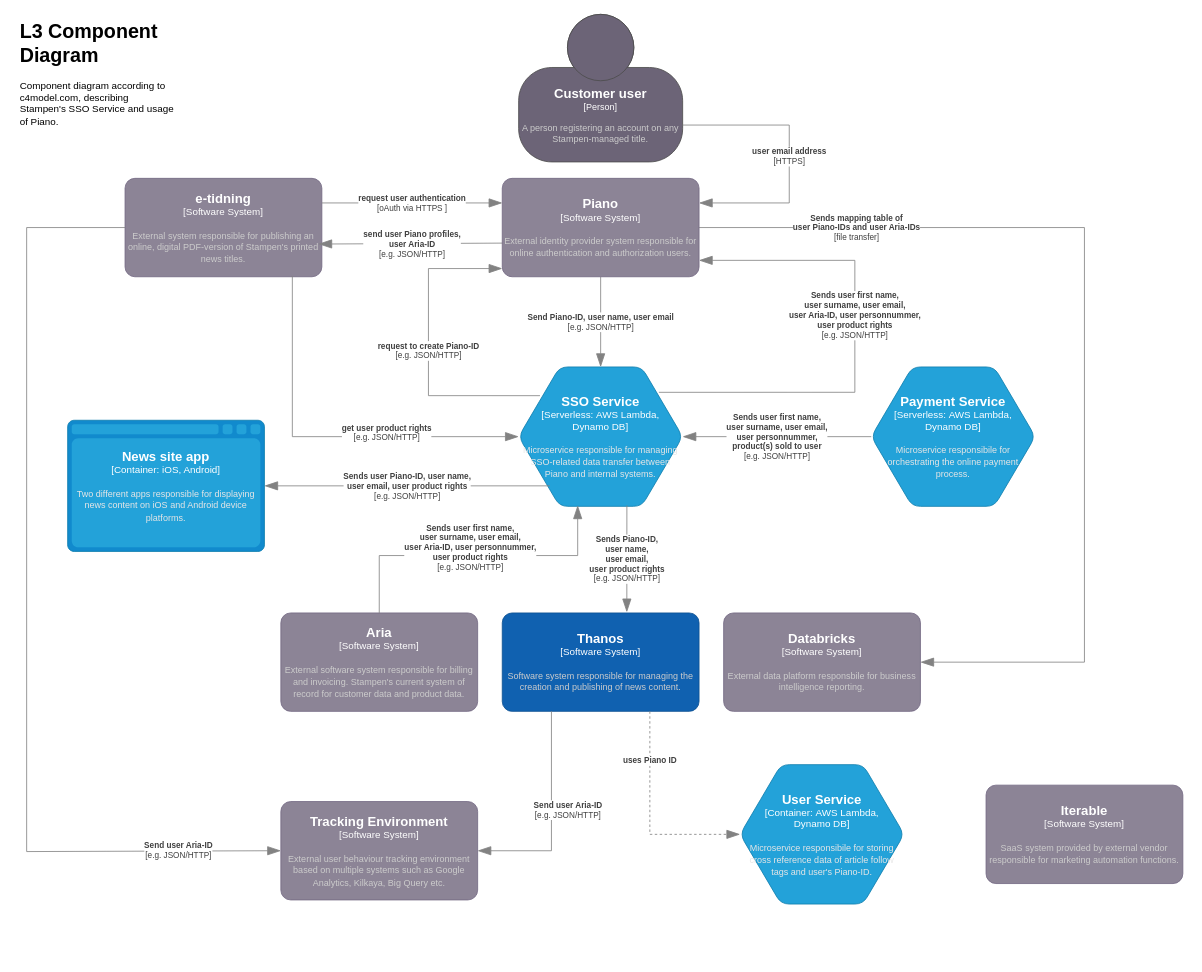
The draw.io diagram L3 component diagram Piano & SSO Service.drawio in SLM-Development/diagrams, before the edit. Source tidied: cells renumbered, new cells numbered last; positions are measured from the earlier drawing's top-left corner, leaving out a move shared by most shapes. Both pictures are drawn from the tidied source at 82%, with x=0, y=0 at pixel (18, 14).
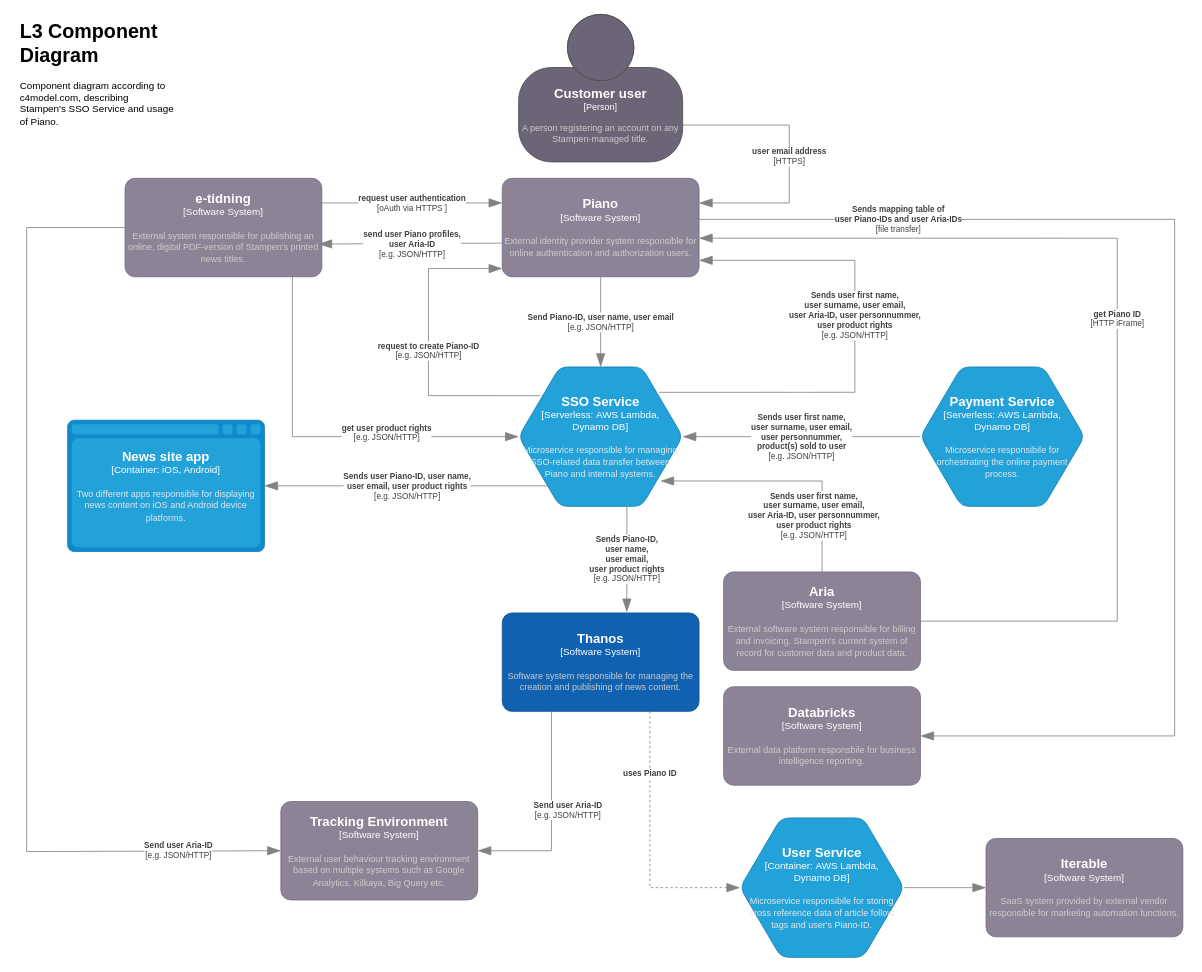
Above is the later version.

Unchanged cells that the change refers to:
```xml
<object id="4" label="&lt;font style=&quot;font-size: 16px&quot;&gt;&lt;b&gt;%c4Name%&lt;/b&gt;&lt;/font&gt;&lt;div&gt;[%c4Type%:&amp;nbsp;%c4Technology%]&lt;/div&gt;&lt;br&gt;&lt;div&gt;&lt;font style=&quot;font-size: 11px&quot;&gt;&lt;font color=&quot;#E6E6E6&quot;&gt;%c4Description%&lt;/font&gt;&lt;/div&gt;" c4Description="Microservice responsible for managing SSO-related data transfer between Piano and internal systems." c4Name="SSO Service" c4Technology="AWS Lambda, &#10;Dynamo DB" c4Type="Serverless" placeholders="1">
  <mxCell style="shape=hexagon;size=50;perimeter=hexagonPerimeter2;whiteSpace=wrap;html=1;fixedSize=1;rounded=1;labelBackgroundColor=none;fillColor=#23A2D9;fontSize=12;fontColor=#ffffff;align=center;strokeColor=#0E7DAD;points=[[0.5,0,0],[1,0.25,0],[1,0.5,0],[1,0.75,0],[0.5,1,0],[0,0.75,0],[0,0.5,0],[0,0.25,0]];" parent="1" vertex="1">
    <mxGeometry x="610" y="430" width="200" height="170" as="geometry" />
  </mxCell>
</object>
<object id="23" label="&lt;font style=&quot;font-size: 16px&quot;&gt;&lt;b&gt;%c4Name%&lt;/b&gt;&lt;/font&gt;&lt;div&gt;[%c4Type%]&lt;/div&gt;&lt;br&gt;&lt;div&gt;&lt;font style=&quot;font-size: 11px&quot;&gt;&lt;font color=&quot;#cccccc&quot;&gt;%c4Description%&lt;/font&gt;&lt;/div&gt;" c4Description="External identity provider system responsible for online authentication and authorization users." c4Name="Piano" c4Type="Software System" placeholders="1">
  <mxCell style="rounded=1;whiteSpace=wrap;html=1;labelBackgroundColor=none;fillColor=#8C8496;fontColor=#ffffff;align=center;arcSize=10;strokeColor=#736782;points=[[0.25,0,0],[0.5,0,0],[0.75,0,0],[1,0.25,0],[1,0.5,0],[1,0.75,0],[0.75,1,0],[0.5,1,0],[0.25,1,0],[0,0.75,0],[0,0.5,0],[0,0.25,0]];" parent="1" vertex="1">
    <mxGeometry x="590" y="200" width="240" height="120" as="geometry" />
  </mxCell>
</object>
```

Diff of the diagram source:
```diff
@@
     <object id="6" label="&lt;font style=&quot;font-size: 16px&quot;&gt;&lt;b&gt;%c4Name%&lt;/b&gt;&lt;/font&gt;&lt;div&gt;[%c4Type%]&lt;/div&gt;&lt;br&gt;&lt;div&gt;&lt;font style=&quot;font-size: 11px&quot;&gt;&lt;font color=&quot;#cccccc&quot;&gt;%c4Description%&lt;/font&gt;&lt;/div&gt;" c4Description="External software system responsible for billing and invoicing. Stampen's current system of record for customer data and product data." c4Name="Aria" c4Type="Software System" placeholders="1">
       <mxCell style="rounded=1;whiteSpace=wrap;html=1;labelBackgroundColor=none;fillColor=#8C8496;fontColor=#ffffff;align=center;arcSize=10;strokeColor=#736782;points=[[0.25,0,0],[0.5,0,0],[0.75,0,0],[1,0.25,0],[1,0.5,0],[1,0.75,0],[0.75,1,0],[0.5,1,0],[0.25,1,0],[0,0.75,0],[0,0.5,0],[0,0.25,0]];" parent="1" vertex="1">
-        <mxGeometry x="320" y="730" width="240" height="120" as="geometry" />
+        <mxGeometry x="860" y="680" width="240" height="120" as="geometry" />
       </mxCell>
     </object>
     <object id="7" label="&lt;div style=&quot;text-align: left&quot;&gt;&lt;div style=&quot;text-align: center&quot;&gt;&lt;b&gt;%c4Description%&lt;/b&gt;&lt;/div&gt;&lt;div style=&quot;text-align: center&quot;&gt;[%c4Technology%]&lt;/div&gt;&lt;/div&gt;" c4Description="Sends user first name, &#10;user surname, user email, &#10;user Aria-ID, user personnummer, &#10;user product rights" c4Technology="e.g. JSON/HTTP" placeholders="1">
-      <mxCell style="endArrow=blockThin;html=1;fontSize=10;fontColor=#404040;strokeWidth=1;endFill=1;strokeColor=#828282;elbow=vertical;endSize=14;startSize=14;jumpStyle=arc;jumpSize=16;rounded=0;edgeStyle=orthogonalEdgeStyle;exitX=0.5;exitY=0;exitDx=0;exitDy=0;exitPerimeter=0;entryX=0.36;entryY=0.994;entryDx=0;entryDy=0;entryPerimeter=0;" parent="1" edge="1" source="6" target="4">
-        <mxGeometry x="-0.03" y="10" relative="1" as="geometry">
+      <mxCell style="endArrow=blockThin;html=1;fontSize=10;fontColor=#404040;strokeWidth=1;endFill=1;strokeColor=#828282;elbow=vertical;endSize=14;startSize=14;jumpStyle=arc;jumpSize=16;rounded=0;edgeStyle=orthogonalEdgeStyle;exitX=0.5;exitY=0;exitDx=0;exitDy=0;exitPerimeter=0;entryX=0.865;entryY=0.818;entryDx=0;entryDy=0;entryPerimeter=0;" parent="1" edge="1" source="6" target="4">
+        <mxGeometry x="-0.55" y="10" relative="1" as="geometry">
           <Array as="points">
-            <mxPoint x="440" y="660" />
-            <mxPoint x="682" y="660" />
+            <mxPoint x="980" y="569" />
           </Array>
         </mxGeometry>
       </mxCell>
     </object>
     <object id="8" label="&lt;div style=&quot;text-align: left&quot;&gt;&lt;div style=&quot;text-align: center&quot;&gt;&lt;b&gt;%c4Description%&lt;/b&gt;&lt;/div&gt;&lt;div style=&quot;text-align: center&quot;&gt;[%c4Technology%]&lt;/div&gt;&lt;/div&gt;" c4Description="Sends mapping table of &#10;user Piano-IDs and user Aria-IDs" c4Technology="file transfer" placeholders="1">
-      <mxCell style="endArrow=blockThin;html=1;fontSize=10;fontColor=#404040;strokeWidth=1;endFill=1;strokeColor=#828282;elbow=vertical;endSize=14;startSize=14;jumpStyle=arc;jumpSize=16;rounded=0;edgeStyle=orthogonalEdgeStyle;exitX=1;exitY=0.5;exitDx=0;exitDy=0;exitPerimeter=0;entryX=1;entryY=0.5;entryDx=0;entryDy=0;entryPerimeter=0;" parent="1" edge="1" source="23" target="19">
+      <mxCell style="endArrow=blockThin;html=1;fontSize=10;fontColor=#404040;strokeWidth=1;endFill=1;strokeColor=#828282;elbow=vertical;endSize=14;startSize=14;jumpStyle=arc;jumpSize=16;rounded=0;edgeStyle=orthogonalEdgeStyle;exitX=1;exitY=0.417;exitDx=0;exitDy=0;exitPerimeter=0;entryX=1;entryY=0.5;entryDx=0;entryDy=0;entryPerimeter=0;" parent="1" edge="1" source="23" target="19">
         <mxGeometry x="-0.68" relative="1" as="geometry">
           <Array as="points">
-            <mxPoint x="1300" y="260" />
-            <mxPoint x="1300" y="790" />
+            <mxPoint x="1410" y="250" />
+            <mxPoint x="1410" y="880" />
           </Array>
         </mxGeometry>
       </mxCell>
     </object>
@@
     <object id="11" label="&lt;font style=&quot;font-size: 16px&quot;&gt;&lt;b&gt;%c4Name%&lt;/b&gt;&lt;/font&gt;&lt;div&gt;[%c4Type%:&amp;nbsp;%c4Technology%]&lt;/div&gt;&lt;br&gt;&lt;div&gt;&lt;font style=&quot;font-size: 11px&quot;&gt;&lt;font color=&quot;#E6E6E6&quot;&gt;%c4Description%&lt;/font&gt;&lt;/div&gt;" c4Description="Microservice responsibile for orchestrating the online payment process." c4Name="Payment Service" c4Technology="AWS Lambda, &#10;Dynamo DB" c4Type="Serverless" placeholders="1">
       <mxCell style="shape=hexagon;size=50;perimeter=hexagonPerimeter2;whiteSpace=wrap;html=1;fixedSize=1;rounded=1;labelBackgroundColor=none;fillColor=#23A2D9;fontSize=12;fontColor=#ffffff;align=center;strokeColor=#0E7DAD;points=[[0.5,0,0],[1,0.25,0],[1,0.5,0],[1,0.75,0],[0.5,1,0],[0,0.75,0],[0,0.5,0],[0,0.25,0]];" parent="1" vertex="1">
-        <mxGeometry x="1040" y="430" width="200" height="170" as="geometry" />
+        <mxGeometry x="1100" y="430" width="200" height="170" as="geometry" />
       </mxCell>
     </object>
@@
     <object id="19" label="&lt;font style=&quot;font-size: 16px&quot;&gt;&lt;b&gt;%c4Name%&lt;/b&gt;&lt;/font&gt;&lt;div&gt;[%c4Type%]&lt;/div&gt;&lt;br&gt;&lt;div&gt;&lt;font style=&quot;font-size: 11px&quot;&gt;&lt;font color=&quot;#cccccc&quot;&gt;%c4Description%&lt;/font&gt;&lt;/div&gt;" c4Description="External data platform responsbile for business intelligence reporting." c4Name="Databricks" c4Type="Software System" placeholders="1">
       <mxCell style="rounded=1;whiteSpace=wrap;html=1;labelBackgroundColor=none;fillColor=#8C8496;fontColor=#ffffff;align=center;arcSize=10;strokeColor=#736782;points=[[0.25,0,0],[0.5,0,0],[0.75,0,0],[1,0.25,0],[1,0.5,0],[1,0.75,0],[0.75,1,0],[0.5,1,0],[0.25,1,0],[0,0.75,0],[0,0.5,0],[0,0.25,0]];" parent="1" vertex="1">
-        <mxGeometry x="860" y="730" width="240" height="120" as="geometry" />
+        <mxGeometry x="860" y="820" width="240" height="120" as="geometry" />
       </mxCell>
     </object>
@@
     <object id="26" label="&lt;font style=&quot;font-size: 16px&quot;&gt;&lt;b&gt;%c4Name%&lt;/b&gt;&lt;/font&gt;&lt;div&gt;[%c4Type%:&amp;nbsp;%c4Technology%]&lt;/div&gt;&lt;br&gt;&lt;div&gt;&lt;font style=&quot;font-size: 11px&quot;&gt;&lt;font color=&quot;#E6E6E6&quot;&gt;%c4Description%&lt;/font&gt;&lt;/div&gt;" c4Description="Microservice responsibile for storing cross reference data of article follow tags and user's Piano-ID." c4Name="User Service" c4Technology="AWS Lambda, &#10;Dynamo DB" c4Type="Container" placeholders="1">
       <mxCell style="shape=hexagon;size=50;perimeter=hexagonPerimeter2;whiteSpace=wrap;html=1;fixedSize=1;rounded=1;labelBackgroundColor=none;fillColor=#23A2D9;fontSize=12;fontColor=#ffffff;align=center;strokeColor=#0E7DAD;points=[[0.5,0,0],[1,0.25,0],[1,0.5,0],[1,0.75,0],[0.5,1,0],[0,0.75,0],[0,0.5,0],[0,0.25,0]];" parent="1" vertex="1">
-        <mxGeometry x="880" y="915" width="200" height="170" as="geometry" />
+        <mxGeometry x="880" y="980" width="200" height="170" as="geometry" />
       </mxCell>
     </object>
@@
     <object id="28" label="&lt;font style=&quot;font-size: 16px&quot;&gt;&lt;b&gt;%c4Name%&lt;/b&gt;&lt;/font&gt;&lt;div&gt;[%c4Type%]&lt;/div&gt;&lt;br&gt;&lt;div&gt;&lt;font style=&quot;font-size: 11px&quot;&gt;&lt;font color=&quot;#cccccc&quot;&gt;%c4Description%&lt;/font&gt;&lt;/div&gt;" c4Description="SaaS system provided by external vendor responsible for marketing automation functions." c4Name="Iterable" c4Type="Software System" placeholders="1">
       <mxCell style="rounded=1;whiteSpace=wrap;html=1;labelBackgroundColor=none;fillColor=#8C8496;fontColor=#ffffff;align=center;arcSize=10;strokeColor=#736782;points=[[0.25,0,0],[0.5,0,0],[0.75,0,0],[1,0.25,0],[1,0.5,0],[1,0.75,0],[0.75,1,0],[0.5,1,0],[0.25,1,0],[0,0.75,0],[0,0.5,0],[0,0.25,0]];" parent="1" vertex="1">
-        <mxGeometry x="1180" y="940" width="240" height="120" as="geometry" />
+        <mxGeometry x="1180" y="1005" width="240" height="120" as="geometry" />
       </mxCell>
     </object>
@@
+    <mxCell id="30" style="endArrow=blockThin;html=1;fontSize=10;fontColor=#404040;strokeWidth=1;endFill=1;strokeColor=#828282;elbow=vertical;endSize=14;startSize=14;jumpStyle=arc;jumpSize=16;rounded=0;edgeStyle=orthogonalEdgeStyle;exitX=1;exitY=0.5;exitDx=0;exitDy=0;exitPerimeter=0;" parent="1" edge="1" source="26" target="28">
+      <mxGeometry relative="1" as="geometry" />
+    </mxCell>
+    <object id="31" label="&lt;div style=&quot;text-align: left&quot;&gt;&lt;div style=&quot;text-align: center&quot;&gt;&lt;b&gt;%c4Description%&lt;/b&gt;&lt;/div&gt;&lt;div style=&quot;text-align: center&quot;&gt;[%c4Technology%]&lt;/div&gt;&lt;/div&gt;" c4Description="get Piano ID" c4Technology="HTTP iFrame" placeholders="1">
+      <mxCell style="endArrow=blockThin;html=1;fontSize=10;fontColor=#404040;strokeWidth=1;endFill=1;strokeColor=#828282;elbow=vertical;endSize=14;startSize=14;jumpStyle=arc;jumpSize=16;rounded=0;edgeStyle=orthogonalEdgeStyle;entryX=1;entryY=0.608;entryDx=0;entryDy=0;entryPerimeter=0;" parent="1" edge="1" source="6" target="23">
+        <mxGeometry relative="1" as="geometry">
+          <Array as="points">
+            <mxPoint x="1340" y="740" />
+            <mxPoint x="1340" y="273" />
+          </Array>
+        </mxGeometry>
+      </mxCell>
+    </object>
```
